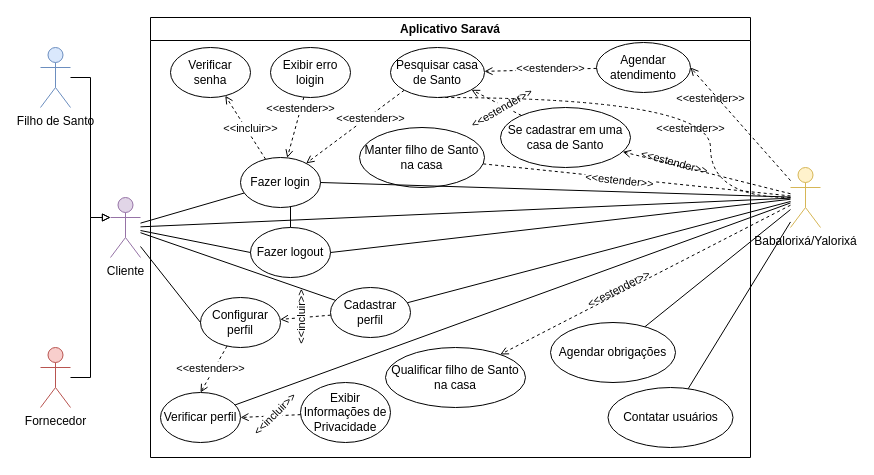
This is Diagrama sem nome.drawio from AlexCarvalhovisk/sarava, a draw.io file, before an edit. Source tidied: cells renumbered, new cells numbered last; positions are measured from the earlier drawing's top-left corner, leaving out a move shared by most shapes. Both pictures are drawn from the tidied source at 100%, with x=0, y=0 at pixel (40, 17).
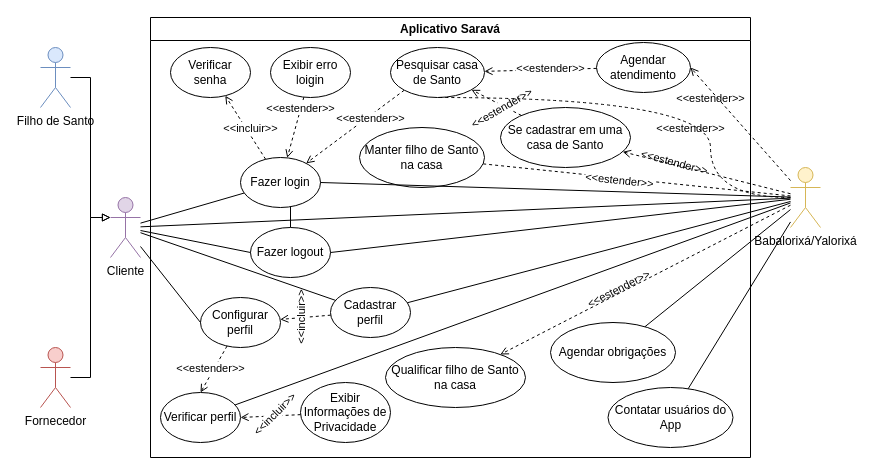
The same diagram, later.

The change refers to these unchanged cells:
```xml
<mxCell id="2" value="Aplicativo Saravá" style="swimlane;whiteSpace=wrap;html=1;" parent="1" vertex="1">
  <mxGeometry x="110" width="600" height="440" as="geometry" />
</mxCell>
```

Change to the diagram source:
```diff
@@
-    <mxCell id="38" value="Contatar usuários" style="ellipse;whiteSpace=wrap;html=1;" parent="2" vertex="1">
+    <mxCell id="38" value="Contatar usuários do App" style="ellipse;whiteSpace=wrap;html=1;" parent="2" vertex="1">
       <mxGeometry x="457.5" y="370" width="125" height="60" as="geometry" />
     </mxCell>
```
